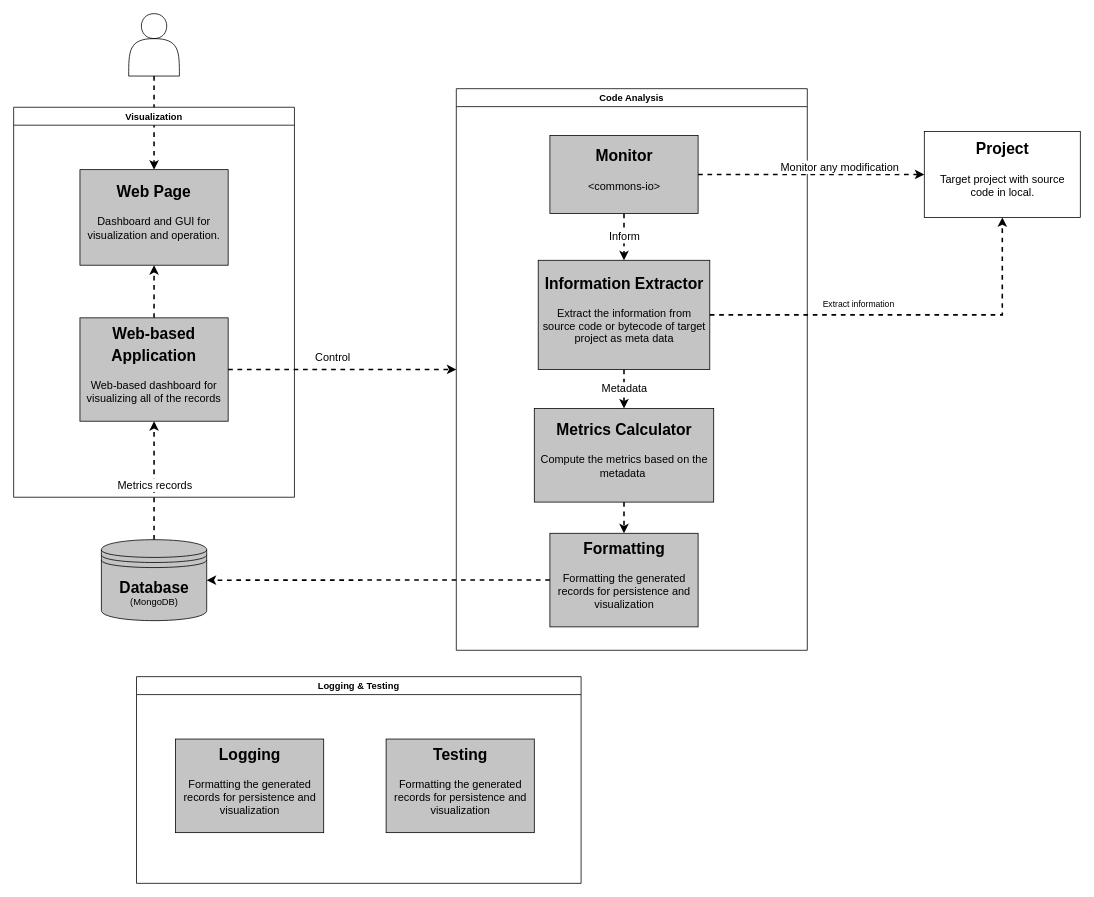
The draw.io diagram design/C4-Component.drawio in liaoooyx/t4m, before the edit. Source tidied: cells renumbered, new cells numbered last; positions are measured from the earlier drawing's top-left corner, leaving out a move shared by most shapes. Both pictures are drawn from the tidied source at 78%, with x=0, y=0 at pixel (13, 13).
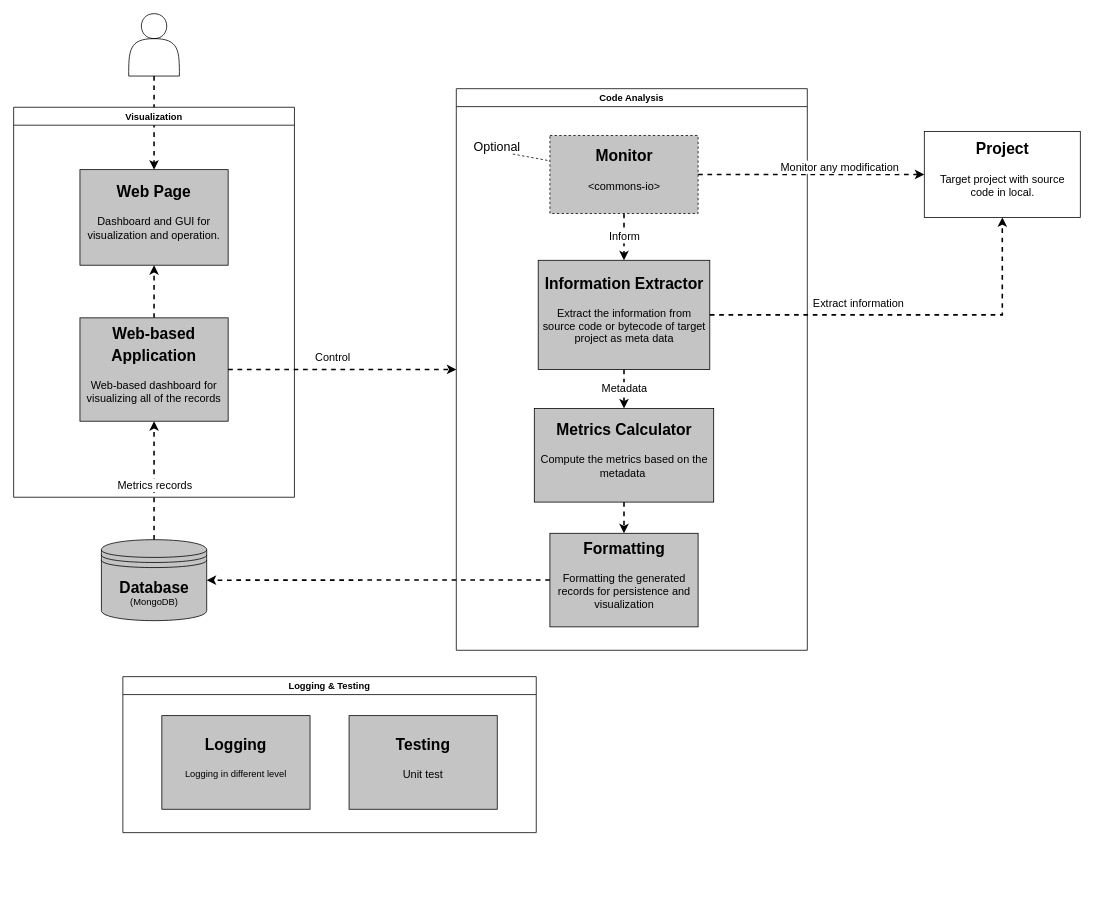
The same diagram, later.

The change refers to these unchanged cells:
```xml
<mxCell id="13" value="Code Analysis" style="swimlane;horizontal=1;" parent="1" vertex="1">
  <mxGeometry x="567.5" y="96.2" width="450" height="720" as="geometry" />
</mxCell>
<mxCell id="24" style="edgeStyle=orthogonalEdgeStyle;rounded=0;jettySize=auto;html=1;exitX=1;exitY=0.5;exitDx=0;exitDy=0;entryX=0.5;entryY=1;entryDx=0;entryDy=0;dashed=1;strokeWidth=2;horizontal=1;fontSize=14;" parent="1" edge="1" source="18" target="4">
  <mxGeometry relative="1" as="geometry" />
</mxCell>
```

Change to the diagram source:
```diff
@@
-    <mxCell id="20" value="&lt;h1&gt;&lt;font style=&quot;font-size: 20px&quot;&gt;Monitor&lt;/font&gt;&lt;/h1&gt;&lt;p&gt;&lt;font style=&quot;font-size: 14px&quot;&gt;&amp;lt;commons-io&amp;gt;&lt;/font&gt;&lt;/p&gt;" style="text;html=1;strokeColor=#000000;fillColor=#C4C4C4;spacing=5;spacingTop=-20;whiteSpace=wrap;overflow=hidden;rounded=0;verticalAlign=middle;horizontal=1;align=center;labelPosition=center;verticalLabelPosition=middle;shadow=0;" parent="13" vertex="1">
+    <mxCell id="20" value="&lt;h1&gt;&lt;font style=&quot;font-size: 20px&quot;&gt;Monitor&lt;/font&gt;&lt;/h1&gt;&lt;p&gt;&lt;font style=&quot;font-size: 14px&quot;&gt;&amp;lt;commons-io&amp;gt;&lt;/font&gt;&lt;/p&gt;" style="text;html=1;strokeColor=#000000;fillColor=#C4C4C4;spacing=5;spacingTop=-20;whiteSpace=wrap;overflow=hidden;rounded=0;verticalAlign=middle;horizontal=1;align=center;labelPosition=center;verticalLabelPosition=middle;shadow=0;dashed=1;" parent="13" vertex="1">
       <mxGeometry x="120" y="60" width="190" height="100" as="geometry" />
     </mxCell>
+    <mxCell id="32" value="Optional" style="text;html=1;strokeColor=none;fillColor=none;align=center;verticalAlign=middle;whiteSpace=wrap;rounded=0;dashed=1;fontSize=16;" parent="13" vertex="1">
+      <mxGeometry x="32.5" y="63.8" width="40" height="20" as="geometry" />
+    </mxCell>
+    <mxCell id="33" style="rounded=0;jettySize=auto;html=1;exitX=1;exitY=1;exitDx=0;exitDy=0;fontSize=16;endArrow=none;endFill=0;dashed=1;" parent="13" edge="1" source="32" target="20">
+      <mxGeometry relative="1" as="geometry" />
+    </mxCell>
     <mxCell id="21" value="Logging &amp; Testing" style="swimlane;horizontal=1;" parent="1" vertex="1">
-      <mxGeometry x="157.5" y="850" width="570" height="265" as="geometry" />
+      <mxGeometry x="140" y="850" width="530" height="200" as="geometry" />
     </mxCell>
-    <mxCell id="22" value="&lt;h1&gt;&lt;font style=&quot;font-size: 20px&quot;&gt;Logging&lt;/font&gt;&lt;/h1&gt;&lt;p&gt;&lt;font style=&quot;font-size: 14px&quot;&gt;Formatting the generated records for persistence and visualization&lt;/font&gt;&lt;/p&gt;" style="text;html=1;strokeColor=#000000;fillColor=#C4C4C4;spacing=5;spacingTop=-20;whiteSpace=wrap;overflow=hidden;rounded=0;verticalAlign=middle;horizontal=1;align=center;labelPosition=center;verticalLabelPosition=middle;shadow=0;" parent="21" vertex="1">
-      <mxGeometry x="50" y="80" width="190" height="120" as="geometry" />
+    <mxCell id="22" value="&lt;h1&gt;&lt;font style=&quot;font-size: 20px&quot;&gt;Logging&lt;/font&gt;&lt;/h1&gt;&lt;p&gt;Logging in different level&lt;/p&gt;" style="text;html=1;strokeColor=#000000;fillColor=#C4C4C4;spacing=5;spacingTop=-20;whiteSpace=wrap;overflow=hidden;rounded=0;verticalAlign=middle;horizontal=1;align=center;labelPosition=center;verticalLabelPosition=middle;shadow=0;" parent="21" vertex="1">
+      <mxGeometry x="50" y="50" width="190" height="120" as="geometry" />
     </mxCell>
-    <mxCell id="23" value="&lt;h1&gt;&lt;font style=&quot;font-size: 20px&quot;&gt;Testing&lt;/font&gt;&lt;/h1&gt;&lt;p&gt;&lt;font style=&quot;font-size: 14px&quot;&gt;Formatting the generated records for persistence and visualization&lt;/font&gt;&lt;/p&gt;" style="text;html=1;strokeColor=#000000;fillColor=#C4C4C4;spacing=5;spacingTop=-20;whiteSpace=wrap;overflow=hidden;rounded=0;verticalAlign=middle;horizontal=1;align=center;labelPosition=center;verticalLabelPosition=middle;shadow=0;" parent="21" vertex="1">
-      <mxGeometry x="320" y="80" width="190" height="120" as="geometry" />
+    <mxCell id="23" value="&lt;h1&gt;&lt;font style=&quot;font-size: 20px&quot;&gt;Testing&lt;/font&gt;&lt;/h1&gt;&lt;p&gt;&lt;span style=&quot;font-size: 14px&quot;&gt;Unit test&lt;/span&gt;&lt;/p&gt;" style="text;html=1;strokeColor=#000000;fillColor=#C4C4C4;spacing=5;spacingTop=-20;whiteSpace=wrap;overflow=hidden;rounded=0;verticalAlign=middle;horizontal=1;align=center;labelPosition=center;verticalLabelPosition=middle;shadow=0;" parent="21" vertex="1">
+      <mxGeometry x="290" y="50" width="190" height="120" as="geometry" />
     </mxCell>
@@
-    <mxCell id="25" value="Extract information" style="edgeLabel;html=1;align=center;verticalAlign=middle;horizontal=1;" parent="24" vertex="1">
+    <mxCell id="25" value="Extract information" style="edgeLabel;html=1;align=center;verticalAlign=middle;horizontal=1;fontSize=14;" parent="24" vertex="1">
       <mxGeometry x="0.01" y="1" relative="1" as="geometry">
         <mxPoint x="-63.3" y="-14" as="offset" />
       </mxGeometry>
     </mxCell>
```
